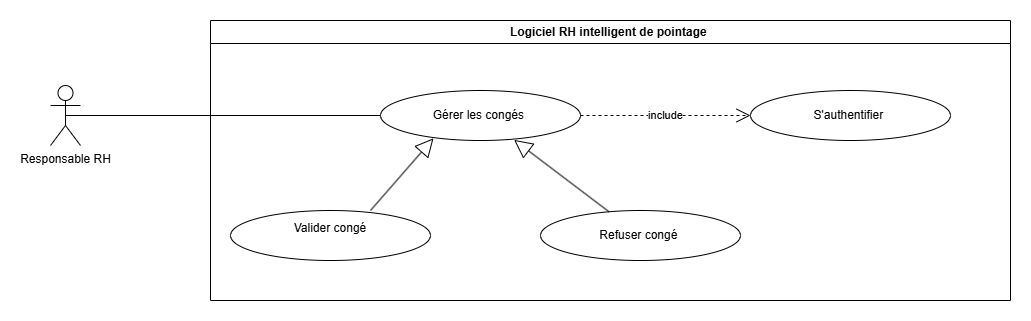
Before: projet/images/usecase/sprint 3/raffinement_gerer_conges.png, a diagram exported from draw.io (louu7895/pfe). Source tidied: cells renumbered, new cells last; positions are measured from the earlier drawing's top-left corner, leaving out a move shared by most shapes. Its diagram source:
```xml
<mxGraphModel>
  <root>
    <mxCell id="0" />
    <mxCell id="1" parent="0" />
    <mxCell id="2" value="Responsable RH" style="shape=umlActor;verticalLabelPosition=bottom;verticalAlign=top;html=1;outlineConnect=0;" parent="1" vertex="1">
      <mxGeometry y="65" width="30" height="60" as="geometry" />
    </mxCell>
    <mxCell id="3" value="Logiciel RH intelligent de pointage&amp;nbsp;" style="swimlane;whiteSpace=wrap;html=1;" parent="1" vertex="1">
      <mxGeometry x="160" width="800" height="280" as="geometry" />
    </mxCell>
    <mxCell id="4" value="Gérer les congés&amp;nbsp;" style="ellipse;whiteSpace=wrap;html=1;" parent="3" vertex="1">
      <mxGeometry x="170" y="70" width="200" height="50" as="geometry" />
    </mxCell>
    <mxCell id="5" value="&lt;div&gt;&lt;div&gt;Refuser congé&amp;nbsp;&lt;/div&gt;&lt;/div&gt;" style="ellipse;whiteSpace=wrap;html=1;" parent="3" vertex="1">
      <mxGeometry x="330" y="190" width="200" height="50" as="geometry" />
    </mxCell>
    <mxCell id="6" value="Valider congé&lt;div&gt;&lt;br&gt;&lt;/div&gt;" style="ellipse;whiteSpace=wrap;html=1;" parent="3" vertex="1">
      <mxGeometry x="20" y="190" width="200" height="50" as="geometry" />
    </mxCell>
    <mxCell id="7" value="S'authentifier&amp;nbsp;" style="ellipse;whiteSpace=wrap;html=1;" parent="3" vertex="1">
      <mxGeometry x="540" y="70" width="200" height="50" as="geometry" />
    </mxCell>
    <mxCell id="8" style="endArrow=block;endSize=16;endFill=0;html=1;rounded=0;entryX=0.265;entryY=0.956;entryDx=0;entryDy=0;entryPerimeter=0;" parent="3" edge="1" target="4">
      <mxGeometry relative="1" as="geometry">
        <mxPoint x="160" y="190" as="sourcePoint" />
      </mxGeometry>
    </mxCell>
    <mxCell id="9" style="endArrow=block;endSize=16;endFill=0;html=1;rounded=0;entryX=0.668;entryY=0.988;entryDx=0;entryDy=0;entryPerimeter=0;" parent="3" edge="1" source="5" target="4">
      <mxGeometry relative="1" as="geometry" />
    </mxCell>
    <mxCell id="10" value="include" style="endArrow=open;endSize=12;dashed=1;html=1;rounded=0;entryX=0;entryY=0.5;entryDx=0;entryDy=0;exitX=1;exitY=0.5;exitDx=0;exitDy=0;" parent="3" edge="1" source="4" target="7">
      <mxGeometry relative="1" as="geometry" />
    </mxCell>
    <mxCell id="11" style="endArrow=none;html=1;rounded=0;entryX=0;entryY=0.5;entryDx=0;entryDy=0;exitX=0.5;exitY=0.5;exitDx=0;exitDy=0;exitPerimeter=0;" parent="1" edge="1" source="2" target="4">
      <mxGeometry relative="1" as="geometry" />
    </mxCell>
  </root>
</mxGraphModel>
```
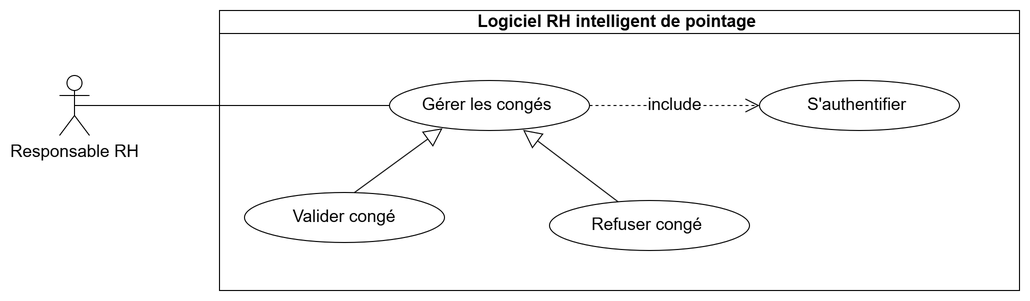
The same diagram one commit later.

Change to the diagram source:
```diff
@@ -2,36 +2,36 @@
   <root>
     <mxCell id="0" />
     <mxCell id="1" parent="0" />
-    <mxCell id="2" value="Responsable RH" style="shape=umlActor;verticalLabelPosition=bottom;verticalAlign=top;html=1;outlineConnect=0;" parent="1" vertex="1">
+    <mxCell id="2" value="Responsable RH" style="shape=umlActor;verticalLabelPosition=bottom;verticalAlign=top;html=1;outlineConnect=0;fontSize=17;" parent="1" vertex="1">
       <mxGeometry y="65" width="30" height="60" as="geometry" />
     </mxCell>
-    <mxCell id="3" value="Logiciel RH intelligent de pointage&amp;nbsp;" style="swimlane;whiteSpace=wrap;html=1;" parent="1" vertex="1">
+    <mxCell id="3" value="Logiciel RH intelligent de pointage&amp;nbsp;" style="swimlane;whiteSpace=wrap;html=1;fontSize=17;" parent="1" vertex="1">
       <mxGeometry x="160" width="800" height="280" as="geometry" />
     </mxCell>
-    <mxCell id="4" value="Gérer les congés&amp;nbsp;" style="ellipse;whiteSpace=wrap;html=1;" parent="3" vertex="1">
+    <mxCell id="4" value="Gérer les congés&amp;nbsp;" style="ellipse;whiteSpace=wrap;html=1;fontSize=17;" parent="3" vertex="1">
       <mxGeometry x="170" y="70" width="200" height="50" as="geometry" />
     </mxCell>
-    <mxCell id="5" value="&lt;div&gt;&lt;div&gt;Refuser congé&amp;nbsp;&lt;/div&gt;&lt;/div&gt;" style="ellipse;whiteSpace=wrap;html=1;" parent="3" vertex="1">
+    <mxCell id="5" value="&lt;div&gt;&lt;div&gt;Refuser congé&amp;nbsp;&lt;/div&gt;&lt;/div&gt;" style="ellipse;whiteSpace=wrap;html=1;fontSize=17;" parent="3" vertex="1">
       <mxGeometry x="330" y="190" width="200" height="50" as="geometry" />
     </mxCell>
-    <mxCell id="6" value="Valider congé&lt;div&gt;&lt;br&gt;&lt;/div&gt;" style="ellipse;whiteSpace=wrap;html=1;" parent="3" vertex="1">
-      <mxGeometry x="20" y="190" width="200" height="50" as="geometry" />
+    <mxCell id="6" value="Valider congé" style="ellipse;whiteSpace=wrap;html=1;fontSize=17;" parent="3" vertex="1">
+      <mxGeometry x="25" y="182" width="200" height="50" as="geometry" />
     </mxCell>
-    <mxCell id="7" value="S'authentifier&amp;nbsp;" style="ellipse;whiteSpace=wrap;html=1;" parent="3" vertex="1">
+    <mxCell id="7" value="S'authentifier&amp;nbsp;" style="ellipse;whiteSpace=wrap;html=1;fontSize=17;" parent="3" vertex="1">
       <mxGeometry x="540" y="70" width="200" height="50" as="geometry" />
     </mxCell>
-    <mxCell id="8" style="endArrow=block;endSize=16;endFill=0;html=1;rounded=0;entryX=0.265;entryY=0.956;entryDx=0;entryDy=0;entryPerimeter=0;" parent="3" edge="1" target="4">
+    <mxCell id="8" style="endArrow=block;endSize=16;endFill=0;html=1;rounded=0;entryX=0.265;entryY=0.956;entryDx=0;entryDy=0;entryPerimeter=0;fontSize=17;" parent="3" edge="1" target="4">
       <mxGeometry relative="1" as="geometry">
-        <mxPoint x="160" y="190" as="sourcePoint" />
+        <mxPoint x="135" y="182" as="sourcePoint" />
       </mxGeometry>
     </mxCell>
-    <mxCell id="9" style="endArrow=block;endSize=16;endFill=0;html=1;rounded=0;entryX=0.668;entryY=0.988;entryDx=0;entryDy=0;entryPerimeter=0;" parent="3" edge="1" source="5" target="4">
+    <mxCell id="9" style="endArrow=block;endSize=16;endFill=0;html=1;rounded=0;entryX=0.668;entryY=0.988;entryDx=0;entryDy=0;entryPerimeter=0;fontSize=17;" parent="3" edge="1" source="5" target="4">
       <mxGeometry relative="1" as="geometry" />
     </mxCell>
-    <mxCell id="10" value="include" style="endArrow=open;endSize=12;dashed=1;html=1;rounded=0;entryX=0;entryY=0.5;entryDx=0;entryDy=0;exitX=1;exitY=0.5;exitDx=0;exitDy=0;" parent="3" edge="1" source="4" target="7">
+    <mxCell id="10" value="include" style="endArrow=open;endSize=12;dashed=1;html=1;rounded=0;entryX=0;entryY=0.5;entryDx=0;entryDy=0;exitX=1;exitY=0.5;exitDx=0;exitDy=0;fontSize=17;" parent="3" edge="1" source="4" target="7">
       <mxGeometry relative="1" as="geometry" />
     </mxCell>
-    <mxCell id="11" style="endArrow=none;html=1;rounded=0;entryX=0;entryY=0.5;entryDx=0;entryDy=0;exitX=0.5;exitY=0.5;exitDx=0;exitDy=0;exitPerimeter=0;" parent="1" edge="1" source="2" target="4">
+    <mxCell id="11" style="endArrow=none;html=1;rounded=0;entryX=0;entryY=0.5;entryDx=0;entryDy=0;exitX=0.5;exitY=0.5;exitDx=0;exitDy=0;exitPerimeter=0;fontSize=17;" parent="1" edge="1" source="2" target="4">
       <mxGeometry relative="1" as="geometry" />
     </mxCell>
   </root>
```
